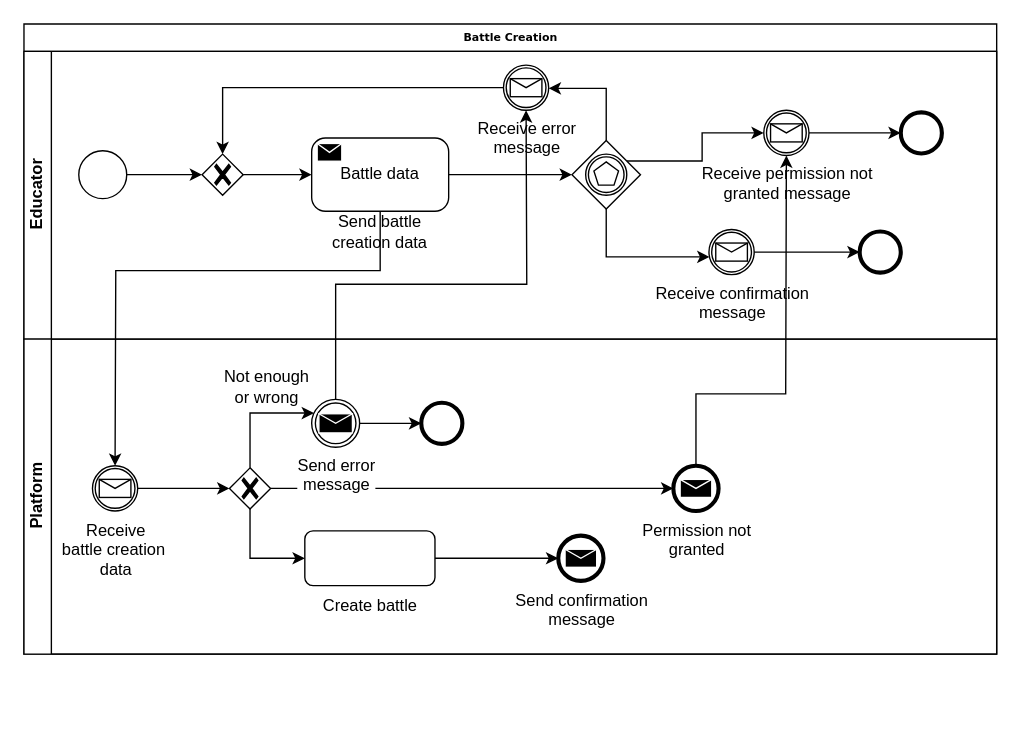
This is RASDwip/ExtraFiles/Drawio/BPMN11.drawio from francescospangaro/SpangaroTosettiRiccardi, a draw.io file, before an edit. Source tidied: cells renumbered, new cells numbered last; positions are measured from the earlier drawing's top-left corner, leaving out a move shared by most shapes. Both pictures are drawn from the tidied source at 137%, with x=0, y=0 at pixel (23, 23).
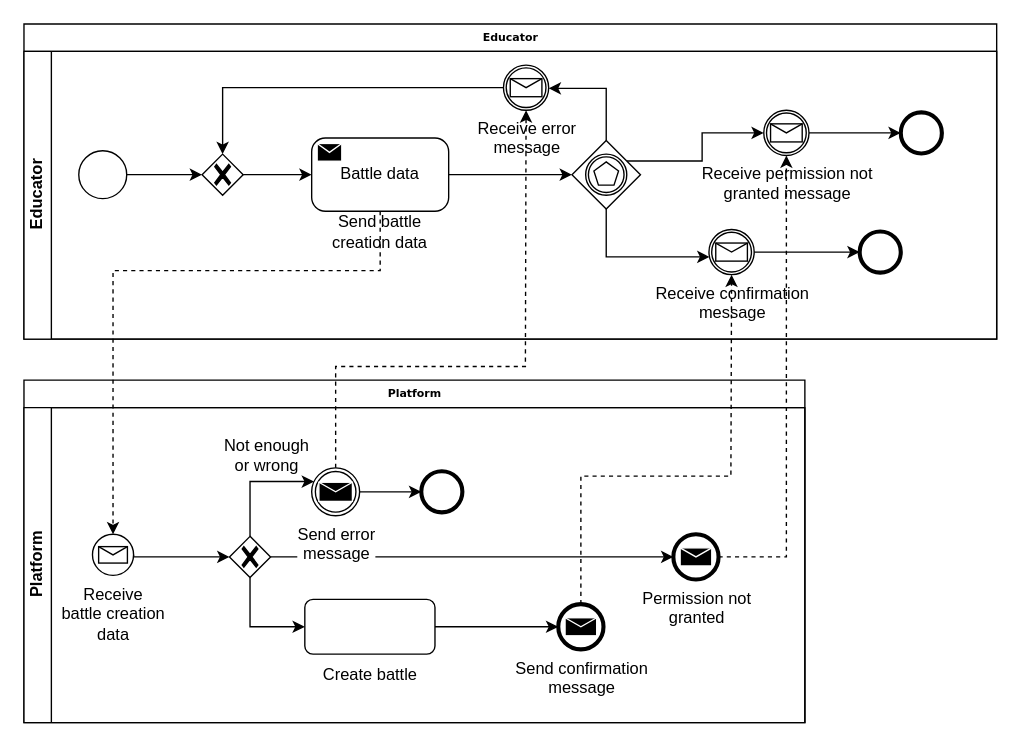
Above is the later version.

The change refers to these unchanged cells:
```xml
<mxCell id="9" value="Battle data" style="points=[[0.25,0,0],[0.5,0,0],[0.75,0,0],[1,0.25,0],[1,0.5,0],[1,0.75,0],[0.75,1,0],[0.5,1,0],[0.25,1,0],[0,0.75,0],[0,0.5,0],[0,0.25,0]];shape=mxgraph.bpmn.task;whiteSpace=wrap;rectStyle=rounded;size=10;html=1;taskMarker=send;" parent="3" vertex="1">
  <mxGeometry x="210" y="63.2" width="100" height="53.5" as="geometry" />
</mxCell>
<mxCell id="16" value="&lt;div&gt;Receive error &lt;br&gt;&lt;/div&gt;&lt;div&gt;message&lt;br&gt;&lt;/div&gt;" style="points=[[0.145,0.145,0],[0.5,0,0],[0.855,0.145,0],[1,0.5,0],[0.855,0.855,0],[0.5,1,0],[0.145,0.855,0],[0,0.5,0]];shape=mxgraph.bpmn.event;html=1;verticalLabelPosition=bottom;labelBackgroundColor=#ffffff;verticalAlign=top;align=center;perimeter=ellipsePerimeter;outlineConnect=0;outline=catching;symbol=message;" parent="3" vertex="1">
  <mxGeometry x="350" y="10" width="33" height="33" as="geometry" />
</mxCell>
<mxCell id="18" value="&lt;div&gt;Receive confirmation&lt;/div&gt;&lt;div&gt;message&lt;br&gt;&lt;/div&gt;" style="points=[[0.145,0.145,0],[0.5,0,0],[0.855,0.145,0],[1,0.5,0],[0.855,0.855,0],[0.5,1,0],[0.145,0.855,0],[0,0.5,0]];shape=mxgraph.bpmn.event;html=1;verticalLabelPosition=bottom;labelBackgroundColor=#ffffff;verticalAlign=top;align=center;perimeter=ellipsePerimeter;outlineConnect=0;outline=catching;symbol=message;" parent="3" vertex="1">
  <mxGeometry x="500" y="130" width="33" height="33" as="geometry" />
</mxCell>
<mxCell id="21" value="&lt;div&gt;Receive permission not &lt;br&gt;&lt;/div&gt;&lt;div&gt;granted message&lt;br&gt;&lt;/div&gt;" style="points=[[0.145,0.145,0],[0.5,0,0],[0.855,0.145,0],[1,0.5,0],[0.855,0.855,0],[0.5,1,0],[0.145,0.855,0],[0,0.5,0]];shape=mxgraph.bpmn.event;html=1;verticalLabelPosition=bottom;labelBackgroundColor=#ffffff;verticalAlign=top;align=center;perimeter=ellipsePerimeter;outlineConnect=0;outline=catching;symbol=message;" parent="3" vertex="1">
  <mxGeometry x="540" y="43" width="33" height="33" as="geometry" />
</mxCell>
<mxCell id="31" style="points=[[0.25,0.25,0],[0.5,0,0],[0.75,0.25,0],[1,0.5,0],[0.75,0.75,0],[0.5,1,0],[0.25,0.75,0],[0,0.5,0]];shape=mxgraph.bpmn.gateway2;html=1;verticalLabelPosition=bottom;labelBackgroundColor=#ffffff;verticalAlign=top;align=center;perimeter=rhombusPerimeter;outlineConnect=0;outline=none;symbol=none;gwType=exclusive;" parent="25" vertex="1">
  <mxGeometry x="150" y="94" width="30" height="30" as="geometry" />
</mxCell>
<mxCell id="33" value="&lt;div&gt;Send error &lt;br&gt;&lt;/div&gt;&lt;div&gt;message&lt;br&gt;&lt;/div&gt;" style="points=[[0.145,0.145,0],[0.5,0,0],[0.855,0.145,0],[1,0.5,0],[0.855,0.855,0],[0.5,1,0],[0.145,0.855,0],[0,0.5,0]];shape=mxgraph.bpmn.event;html=1;verticalLabelPosition=bottom;labelBackgroundColor=#ffffff;verticalAlign=top;align=center;perimeter=ellipsePerimeter;outlineConnect=0;outline=throwing;symbol=message;" parent="25" vertex="1">
  <mxGeometry x="210" y="44" width="35" height="35" as="geometry" />
</mxCell>
<mxCell id="39" value="&lt;div&gt;Send confirmation&lt;/div&gt;&lt;div&gt;message&lt;br&gt;&lt;/div&gt;" style="points=[[0.145,0.145,0],[0.5,0,0],[0.855,0.145,0],[1,0.5,0],[0.855,0.855,0],[0.5,1,0],[0.145,0.855,0],[0,0.5,0]];shape=mxgraph.bpmn.event;html=1;verticalLabelPosition=bottom;labelBackgroundColor=#ffffff;verticalAlign=top;align=center;perimeter=ellipsePerimeter;outlineConnect=0;outline=end;symbol=message;" parent="25" vertex="1">
  <mxGeometry x="390" y="143.5" width="33" height="33" as="geometry" />
</mxCell>
<mxCell id="40" value="&lt;div&gt;Permission not&lt;/div&gt;&lt;div&gt;granted&lt;br&gt;&lt;/div&gt;" style="points=[[0.145,0.145,0],[0.5,0,0],[0.855,0.145,0],[1,0.5,0],[0.855,0.855,0],[0.5,1,0],[0.145,0.855,0],[0,0.5,0]];shape=mxgraph.bpmn.event;html=1;verticalLabelPosition=bottom;labelBackgroundColor=#ffffff;verticalAlign=top;align=center;perimeter=ellipsePerimeter;outlineConnect=0;outline=end;symbol=message;" parent="25" vertex="1">
  <mxGeometry x="474" y="92.5" width="33" height="33" as="geometry" />
</mxCell>
```

Change to the diagram source:
```diff
@@
-    <mxCell id="2" value="Battle Creation" style="swimlane;html=1;horizontal=1;startSize=20;rounded=0;shadow=0;labelBackgroundColor=none;strokeWidth=1;fontFamily=Verdana;fontSize=8;align=center;" parent="1" vertex="1">
-      <mxGeometry width="710" height="460" as="geometry" />
+    <mxCell id="2" value="Educator" style="swimlane;html=1;horizontal=1;startSize=20;rounded=0;shadow=0;labelBackgroundColor=none;strokeWidth=1;fontFamily=Verdana;fontSize=8;align=center;" parent="1" vertex="1">
+      <mxGeometry width="710" height="230" as="geometry" />
     </mxCell>
@@
-    <mxCell id="23" style="edgeStyle=orthogonalEdgeStyle;rounded=0;jettySize=auto;html=1;" parent="2" edge="1" source="9" target="27">
-      <mxGeometry relative="1" as="geometry">
-        <Array as="points">
-          <mxPoint x="260" y="180" />
-          <mxPoint x="67" y="180" />
-        </Array>
-      </mxGeometry>
-    </mxCell>
-    <mxCell id="24" style="edgeStyle=orthogonalEdgeStyle;rounded=0;jettySize=auto;html=1;" parent="2" edge="1" source="33" target="16">
-      <mxGeometry relative="1" as="geometry">
-        <Array as="points">
-          <mxPoint x="228" y="190" />
-          <mxPoint x="367" y="190" />
-        </Array>
-      </mxGeometry>
-    </mxCell>
+    <mxCell id="42" value="Platform" style="swimlane;html=1;horizontal=1;startSize=20;rounded=0;shadow=0;labelBackgroundColor=none;strokeWidth=1;fontFamily=Verdana;fontSize=8;align=center;" parent="1" vertex="1">
+      <mxGeometry y="260" width="570" height="250" as="geometry" />
+    </mxCell>
-    <mxCell id="25" value="Platform" style="swimlane;html=1;startSize=20;horizontal=0;" parent="2" vertex="1">
-      <mxGeometry y="230" width="710" height="230" as="geometry" />
+    <mxCell id="25" value="Platform" style="swimlane;html=1;startSize=20;horizontal=0;" parent="42" vertex="1">
+      <mxGeometry y="20" width="570" height="230" as="geometry" />
     </mxCell>
-    <mxCell id="26" style="edgeStyle=orthogonalEdgeStyle;rounded=0;jettySize=auto;html=1;entryX=0;entryY=0.5;entryDx=0;entryDy=0;entryPerimeter=0;" parent="25" edge="1" source="27" target="31">
-      <mxGeometry relative="1" as="geometry" />
+    <mxCell id="26" style="edgeStyle=orthogonalEdgeStyle;rounded=0;jettySize=auto;html=1;entryX=0;entryY=0.5;entryDx=0;entryDy=0;entryPerimeter=0;exitX=1;exitY=0.5;exitDx=0;exitDy=0;exitPerimeter=0;" parent="25" edge="1" source="27" target="31">
+      <mxGeometry relative="1" as="geometry">
+        <Array as="points">
+          <mxPoint x="80" y="109" />
+        </Array>
+      </mxGeometry>
     </mxCell>
-    <mxCell id="27" value="&lt;div&gt;Receive&lt;/div&gt;&lt;div&gt;battle creation&amp;nbsp;&lt;/div&gt;&lt;div&gt;data&lt;br&gt;&lt;/div&gt;" style="points=[[0.145,0.145,0],[0.5,0,0],[0.855,0.145,0],[1,0.5,0],[0.855,0.855,0],[0.5,1,0],[0.145,0.855,0],[0,0.5,0]];shape=mxgraph.bpmn.event;html=1;verticalLabelPosition=bottom;labelBackgroundColor=#ffffff;verticalAlign=top;align=center;perimeter=ellipsePerimeter;outlineConnect=0;outline=catching;symbol=message;" parent="25" vertex="1">
-      <mxGeometry x="50" y="92.5" width="33" height="33" as="geometry" />
-    </mxCell>
@@
+    <mxCell id="27" value="&lt;div&gt;Receive &lt;br&gt;&lt;/div&gt;&lt;div&gt;battle creation&lt;/div&gt;&lt;div&gt;data&lt;br&gt;&lt;/div&gt;" style="points=[[0.145,0.145,0],[0.5,0,0],[0.855,0.145,0],[1,0.5,0],[0.855,0.855,0],[0.5,1,0],[0.145,0.855,0],[0,0.5,0]];shape=mxgraph.bpmn.event;html=1;verticalLabelPosition=bottom;labelBackgroundColor=#ffffff;verticalAlign=top;align=center;perimeter=ellipsePerimeter;outlineConnect=0;outline=standard;symbol=message;" parent="25" vertex="1">
+      <mxGeometry x="50" y="92.5" width="30" height="30" as="geometry" />
+    </mxCell>
+    <mxCell id="23" style="edgeStyle=orthogonalEdgeStyle;rounded=0;jettySize=auto;html=1;dashed=1;" parent="1" edge="1" source="9" target="27">
+      <mxGeometry relative="1" as="geometry">
+        <Array as="points">
+          <mxPoint x="260" y="180" />
+          <mxPoint x="65" y="180" />
+        </Array>
+      </mxGeometry>
+    </mxCell>
+    <mxCell id="24" style="edgeStyle=orthogonalEdgeStyle;rounded=0;jettySize=auto;html=1;dashed=1;" parent="1" edge="1" source="33" target="16">
+      <mxGeometry relative="1" as="geometry">
+        <Array as="points">
+          <mxPoint x="228" y="250" />
+          <mxPoint x="366" y="250" />
+        </Array>
+      </mxGeometry>
+    </mxCell>
+    <mxCell id="43" style="edgeStyle=orthogonalEdgeStyle;rounded=0;jettySize=auto;html=1;dashed=1;" parent="1" edge="1" source="39" target="18">
+      <mxGeometry relative="1" as="geometry">
+        <Array as="points">
+          <mxPoint x="406" y="330" />
+          <mxPoint x="516" y="330" />
+        </Array>
+      </mxGeometry>
+    </mxCell>
-    <mxCell id="41" style="edgeStyle=orthogonalEdgeStyle;rounded=0;jettySize=auto;html=1;" parent="2" edge="1" source="40" target="21">
-      <mxGeometry relative="1" as="geometry">
-        <Array as="points">
-          <mxPoint x="490" y="270" />
-          <mxPoint x="556" y="270" />
-        </Array>
-      </mxGeometry>
+    <mxCell id="41" style="edgeStyle=orthogonalEdgeStyle;rounded=0;jettySize=auto;html=1;entryX=0.5;entryY=1;entryDx=0;entryDy=0;entryPerimeter=0;dashed=1;" parent="1" edge="1" source="40" target="21">
+      <mxGeometry relative="1" as="geometry" />
     </mxCell>
```
